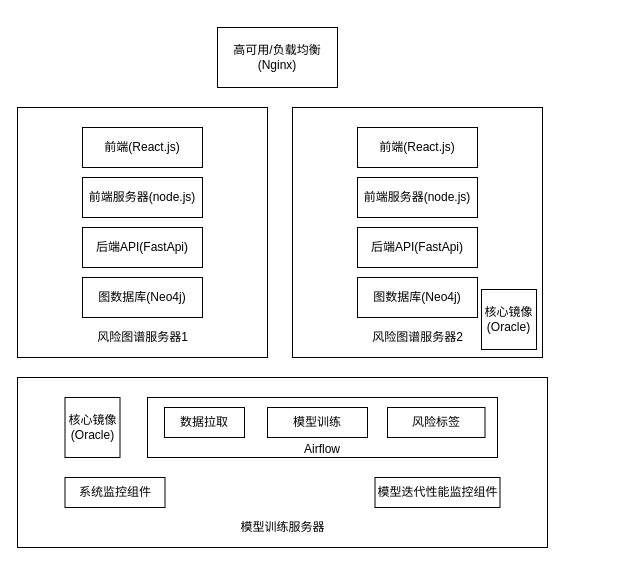
The draw.io diagram page "应用部署拓扑图" (2 of 3) of taiping-arch.drawio in XiaoLiuAI/diagrams, before the edit. Source tidied: cells renumbered, new cells numbered last; positions are measured from the earlier drawing's top-left corner, leaving out a move shared by most shapes. Both pictures are drawn from the tidied source at 100%, with x=0, y=0 at pixel (17, 27).
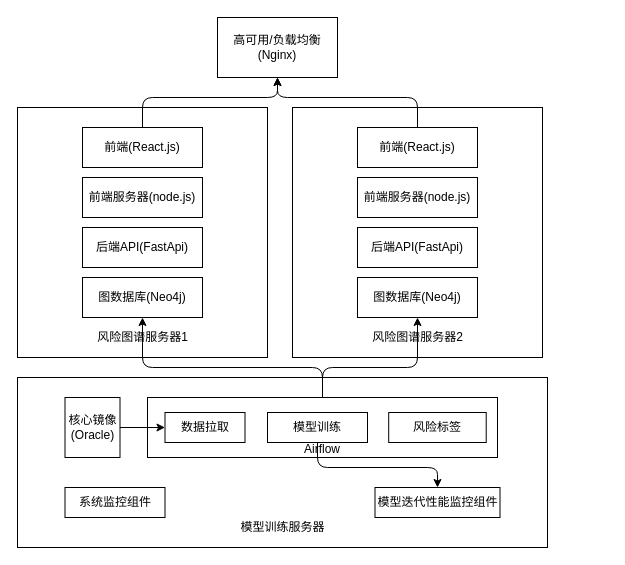
After the change.

Unchanged cells that the change refers to:
```xml
<mxCell id="6" value="前端(React.js)" style="rounded=0;whiteSpace=wrap;html=1;" parent="3" vertex="1">
  <mxGeometry x="65" y="20" width="120" height="40" as="geometry" />
</mxCell>
<mxCell id="9" value="图数据库(Neo4j)" style="rounded=0;whiteSpace=wrap;html=1;" parent="3" vertex="1">
  <mxGeometry x="65" y="170" width="120" height="40" as="geometry" />
</mxCell>
<mxCell id="10" style="group;" parent="1" vertex="1">
  <mxGeometry x="275" y="80" width="315" height="250" as="geometry" />
</mxCell>
<mxCell id="13" value="前端(React.js)" style="rounded=0;whiteSpace=wrap;html=1;" parent="10" vertex="1">
  <mxGeometry x="65" y="20" width="120" height="40" as="geometry" />
</mxCell>
<mxCell id="16" value="图数据库(Neo4j)" style="rounded=0;whiteSpace=wrap;html=1;" parent="10" vertex="1">
  <mxGeometry x="65" y="170" width="120" height="40" as="geometry" />
</mxCell>
<mxCell id="18" style="group;" parent="1" vertex="1">
  <mxGeometry y="350" width="530" height="170" as="geometry" />
</mxCell>
<mxCell id="23" value="核心镜像&lt;br&gt;(Oracle)" style="rounded=0;whiteSpace=wrap;html=1;" parent="18" vertex="1">
  <mxGeometry x="47.5" y="20" width="55" height="60" as="geometry" />
</mxCell>
<mxCell id="24" value="&lt;br&gt;&lt;br&gt;&lt;br&gt;Airflow" style="rounded=0;whiteSpace=wrap;html=1;" parent="18" vertex="1">
  <mxGeometry x="130" y="20" width="350" height="60" as="geometry" />
</mxCell>
```

What changed in the source:
```diff
@@
     <mxCell id="2" value="高可用/负载均衡&lt;br&gt;(Nginx)" style="rounded=0;whiteSpace=wrap;html=1;" parent="1" vertex="1">
-      <mxGeometry x="200" width="120" height="60" as="geometry" />
+      <mxGeometry x="200" y="-10" width="120" height="60" as="geometry" />
     </mxCell>
@@
-    <mxCell id="17" value="核心镜像&lt;br&gt;(Oracle)" style="rounded=0;whiteSpace=wrap;html=1;" parent="10" vertex="1">
-      <mxGeometry x="189" y="182" width="55" height="60" as="geometry" />
-    </mxCell>
@@
     <mxCell id="21" value="系统监控组件" style="rounded=0;whiteSpace=wrap;html=1;" parent="18" vertex="1">
-      <mxGeometry x="47.5" y="100" width="100" height="30" as="geometry" />
+      <mxGeometry x="47.5" y="110" width="100" height="30" as="geometry" />
     </mxCell>
     <mxCell id="22" value="模型迭代性能监控组件" style="rounded=0;whiteSpace=wrap;html=1;" parent="18" vertex="1">
-      <mxGeometry x="357.5" y="100" width="125" height="30" as="geometry" />
+      <mxGeometry x="357.5" y="110" width="125" height="30" as="geometry" />
     </mxCell>
@@
     <mxCell id="25" value="数据拉取" style="rounded=0;whiteSpace=wrap;html=1;" parent="18" vertex="1">
-      <mxGeometry x="147" y="30" width="80" height="30" as="geometry" />
+      <mxGeometry x="147.5" y="35" width="80" height="30" as="geometry" />
     </mxCell>
     <mxCell id="26" value="模型训练" style="rounded=0;whiteSpace=wrap;html=1;" parent="18" vertex="1">
-      <mxGeometry x="250" y="30" width="100" height="30" as="geometry" />
+      <mxGeometry x="250" y="35" width="100" height="30" as="geometry" />
     </mxCell>
     <mxCell id="27" value="风险标签" style="rounded=0;whiteSpace=wrap;html=1;" parent="18" vertex="1">
-      <mxGeometry x="370" y="30" width="97.5" height="30" as="geometry" />
+      <mxGeometry x="371.2" y="35" width="97.5" height="30" as="geometry" />
     </mxCell>
+    <mxCell id="28" style="edgeStyle=elbowEdgeStyle;elbow=vertical;endArrow=classic;html=1;entryX=0.5;entryY=0;entryDx=0;entryDy=0;exitX=0.5;exitY=1;exitDx=0;exitDy=0;" parent="18" edge="1" source="26" target="22">
+      <mxGeometry relative="1" as="geometry">
+        <Array as="points">
+          <mxPoint x="360" y="90" />
+        </Array>
+      </mxGeometry>
+    </mxCell>
+    <mxCell id="29" style="endArrow=classic;html=1;exitX=1;exitY=0.5;exitDx=0;exitDy=0;entryX=0;entryY=0.5;entryDx=0;entryDy=0;" parent="18" edge="1" source="23" target="25">
+      <mxGeometry relative="1" as="geometry" />
+    </mxCell>
+    <mxCell id="30" style="edgeStyle=elbowEdgeStyle;elbow=vertical;endArrow=classic;html=1;exitX=0.5;exitY=0;exitDx=0;exitDy=0;" parent="1" edge="1" source="6" target="2">
+      <mxGeometry relative="1" as="geometry">
+        <Array as="points">
+          <mxPoint x="190" y="70" />
+        </Array>
+      </mxGeometry>
+    </mxCell>
+    <mxCell id="31" style="edgeStyle=elbowEdgeStyle;elbow=vertical;endArrow=classic;html=1;exitX=0.5;exitY=0;exitDx=0;exitDy=0;entryX=0.5;entryY=1;entryDx=0;entryDy=0;" parent="1" edge="1" source="13" target="2">
+      <mxGeometry relative="1" as="geometry">
+        <Array as="points">
+          <mxPoint x="330" y="70" />
+        </Array>
+      </mxGeometry>
+    </mxCell>
+    <mxCell id="32" style="edgeStyle=elbowEdgeStyle;elbow=vertical;endArrow=classic;html=1;exitX=0.5;exitY=0;exitDx=0;exitDy=0;entryX=0.5;entryY=1;entryDx=0;entryDy=0;" parent="1" edge="1" source="24" target="16">
+      <mxGeometry relative="1" as="geometry">
+        <Array as="points">
+          <mxPoint x="360" y="340" />
+        </Array>
+      </mxGeometry>
+    </mxCell>
+    <mxCell id="33" style="edgeStyle=elbowEdgeStyle;elbow=vertical;endArrow=classic;html=1;exitX=0.5;exitY=0;exitDx=0;exitDy=0;entryX=0.5;entryY=1;entryDx=0;entryDy=0;" parent="1" edge="1" source="24" target="9">
+      <mxGeometry relative="1" as="geometry">
+        <Array as="points">
+          <mxPoint x="220" y="340" />
+        </Array>
+      </mxGeometry>
+    </mxCell>
```
